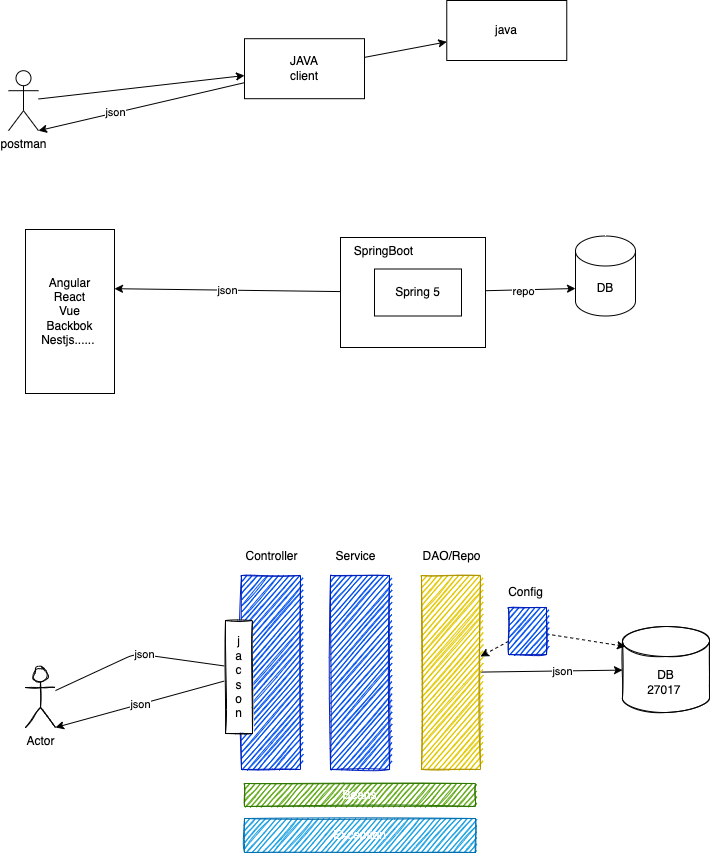
The draw.io diagram images/day13.drawio.png in adithnaveen/2022-jul-asde-jfs-sapient, before a commit. Source tidied: cells renumbered, new cells last; positions are measured from the earlier drawing's top-left corner, leaving out a move shared by most shapes. The source it was exported from:
```xml
<mxGraphModel>
  <root>
    <mxCell id="0" />
    <mxCell id="1" parent="0" />
    <mxCell id="2" value="json" style="edgeStyle=none;html=1;entryX=1;entryY=0.361;entryDx=0;entryDy=0;entryPerimeter=0;" parent="1" edge="1" source="5" target="15">
      <mxGeometry relative="1" as="geometry" />
    </mxCell>
    <mxCell id="3" style="edgeStyle=none;html=1;entryX=0;entryY=0;entryDx=0;entryDy=52.5;entryPerimeter=0;" parent="1" edge="1" source="5" target="16">
      <mxGeometry relative="1" as="geometry" />
    </mxCell>
    <mxCell id="4" value="repo" style="edgeLabel;html=1;align=center;verticalAlign=middle;" parent="3" vertex="1">
      <mxGeometry x="-0.16" y="-1" relative="1" as="geometry" />
    </mxCell>
    <mxCell id="5" value="Spring 5" style="rounded=0;whiteSpace=wrap;html=1;" parent="1" vertex="1">
      <mxGeometry x="332" y="237" width="145" height="110" as="geometry" />
    </mxCell>
    <mxCell id="6" style="edgeStyle=none;html=1;entryX=1;entryY=1;entryDx=0;entryDy=0;entryPerimeter=0;" parent="1" edge="1" source="9" target="11">
      <mxGeometry relative="1" as="geometry" />
    </mxCell>
    <mxCell id="7" value="json" style="edgeLabel;html=1;align=center;verticalAlign=middle;" parent="6" vertex="1">
      <mxGeometry x="0.25" y="-1" relative="1" as="geometry" />
    </mxCell>
    <mxCell id="8" style="edgeStyle=none;html=1;" parent="1" edge="1" source="9" target="12">
      <mxGeometry relative="1" as="geometry" />
    </mxCell>
    <mxCell id="9" value="JAVA&lt;br&gt;client" style="rounded=0;whiteSpace=wrap;html=1;" parent="1" vertex="1">
      <mxGeometry x="236" y="38.2" width="120" height="60" as="geometry" />
    </mxCell>
    <mxCell id="10" style="edgeStyle=none;html=1;" parent="1" edge="1" source="11" target="9">
      <mxGeometry relative="1" as="geometry" />
    </mxCell>
    <mxCell id="11" value="postman" style="shape=umlActor;verticalLabelPosition=bottom;verticalAlign=top;html=1;outlineConnect=0;" parent="1" vertex="1">
      <mxGeometry y="70.2" width="30" height="60" as="geometry" />
    </mxCell>
    <mxCell id="12" value="java" style="rounded=0;whiteSpace=wrap;html=1;" parent="1" vertex="1">
      <mxGeometry x="438.3" width="120" height="60" as="geometry" />
    </mxCell>
    <mxCell id="13" value="Spring 5" style="rounded=0;whiteSpace=wrap;html=1;" parent="1" vertex="1">
      <mxGeometry x="366" y="268.5" width="87" height="47" as="geometry" />
    </mxCell>
    <mxCell id="14" value="SpringBoot" style="text;html=1;align=center;verticalAlign=middle;strokeColor=none;fillColor=none;" parent="1" vertex="1">
      <mxGeometry x="340" y="242" width="69" height="18" as="geometry" />
    </mxCell>
    <mxCell id="15" value="Angular&lt;br&gt;React&lt;br&gt;Vue&lt;br&gt;Backbok&lt;br&gt;Nestjs......&amp;nbsp;" style="rounded=0;whiteSpace=wrap;html=1;" parent="1" vertex="1">
      <mxGeometry x="17" y="229" width="89" height="164" as="geometry" />
    </mxCell>
    <mxCell id="16" value="DB" style="shape=cylinder3;whiteSpace=wrap;html=1;boundedLbl=1;backgroundOutline=1;size=15;" parent="1" vertex="1">
      <mxGeometry x="567" y="235.5" width="60" height="80" as="geometry" />
    </mxCell>
    <mxCell id="17" value="DB&lt;br&gt;27017&amp;nbsp;" style="shape=cylinder3;whiteSpace=wrap;html=1;boundedLbl=1;backgroundOutline=1;size=15;sketch=1;" parent="1" vertex="1">
      <mxGeometry x="614" y="626" width="87" height="86" as="geometry" />
    </mxCell>
    <mxCell id="18" style="edgeStyle=none;html=1;" parent="1" edge="1" source="20" target="17">
      <mxGeometry relative="1" as="geometry" />
    </mxCell>
    <mxCell id="19" value="json" style="edgeLabel;html=1;align=center;verticalAlign=middle;" parent="18" vertex="1">
      <mxGeometry x="0.16" relative="1" as="geometry" />
    </mxCell>
    <mxCell id="20" style="rounded=0;whiteSpace=wrap;html=1;fillColor=#e3c800;fontColor=#000000;strokeColor=#B09500;shadow=0;sketch=1;" parent="1" vertex="1">
      <mxGeometry x="413" y="575" width="59" height="194" as="geometry" />
    </mxCell>
    <mxCell id="21" value="DAO/Repo" style="text;html=1;align=center;verticalAlign=middle;strokeColor=none;fillColor=none;" parent="1" vertex="1">
      <mxGeometry x="409" y="547" width="68" height="18" as="geometry" />
    </mxCell>
    <mxCell id="22" style="rounded=0;whiteSpace=wrap;html=1;fillColor=#0050ef;fontColor=#ffffff;strokeColor=#001DBC;shadow=0;sketch=1;" parent="1" vertex="1">
      <mxGeometry x="322" y="575" width="59" height="194" as="geometry" />
    </mxCell>
    <mxCell id="23" value="Service" style="text;html=1;align=center;verticalAlign=middle;strokeColor=none;fillColor=none;" parent="1" vertex="1">
      <mxGeometry x="322" y="547" width="50" height="18" as="geometry" />
    </mxCell>
    <mxCell id="24" value="json" style="edgeStyle=none;html=1;entryX=1;entryY=1;entryDx=0;entryDy=0;entryPerimeter=0;startArrow=none;" parent="1" edge="1" source="35" target="30">
      <mxGeometry relative="1" as="geometry" />
    </mxCell>
    <mxCell id="25" style="rounded=0;whiteSpace=wrap;html=1;fillColor=#0050ef;fontColor=#ffffff;strokeColor=#001DBC;shadow=0;sketch=1;" parent="1" vertex="1">
      <mxGeometry x="233" y="575" width="59" height="194" as="geometry" />
    </mxCell>
    <mxCell id="26" value="Controller" style="text;html=1;align=center;verticalAlign=middle;strokeColor=none;fillColor=none;" parent="1" vertex="1">
      <mxGeometry x="232" y="547" width="62" height="18" as="geometry" />
    </mxCell>
    <mxCell id="27" value="Beans" style="rounded=0;whiteSpace=wrap;html=1;fillColor=#60a917;fontColor=#ffffff;strokeColor=#2D7600;shadow=0;sketch=1;" parent="1" vertex="1">
      <mxGeometry x="236" y="783" width="231" height="23" as="geometry" />
    </mxCell>
    <mxCell id="28" value="Exception" style="rounded=0;whiteSpace=wrap;html=1;fillColor=#1ba1e2;fontColor=#ffffff;strokeColor=#006EAF;shadow=0;sketch=1;" parent="1" vertex="1">
      <mxGeometry x="236" y="818" width="231" height="34" as="geometry" />
    </mxCell>
    <mxCell id="29" value="json" style="edgeStyle=none;html=1;" parent="1" edge="1" source="30" target="25">
      <mxGeometry relative="1" as="geometry">
        <Array as="points">
          <mxPoint x="127" y="653" />
        </Array>
      </mxGeometry>
    </mxCell>
    <mxCell id="30" value="Actor" style="shape=umlActor;verticalLabelPosition=bottom;verticalAlign=top;html=1;outlineConnect=0;shadow=0;sketch=1;" parent="1" vertex="1">
      <mxGeometry x="17" y="667" width="30" height="60" as="geometry" />
    </mxCell>
    <mxCell id="31" style="edgeStyle=none;html=1;entryX=0.035;entryY=0.233;entryDx=0;entryDy=0;entryPerimeter=0;dashed=1;" parent="1" edge="1" source="33" target="17">
      <mxGeometry relative="1" as="geometry" />
    </mxCell>
    <mxCell id="32" style="edgeStyle=none;html=1;dashed=1;" parent="1" edge="1" source="33" target="20">
      <mxGeometry relative="1" as="geometry" />
    </mxCell>
    <mxCell id="33" style="rounded=0;whiteSpace=wrap;html=1;fillColor=#0050ef;fontColor=#ffffff;strokeColor=#001DBC;shadow=0;sketch=1;" parent="1" vertex="1">
      <mxGeometry x="500" y="607" width="38" height="47" as="geometry" />
    </mxCell>
    <mxCell id="34" value="Config" style="text;html=1;align=center;verticalAlign=middle;strokeColor=none;fillColor=none;" parent="1" vertex="1">
      <mxGeometry x="494" y="583" width="45" height="18" as="geometry" />
    </mxCell>
    <mxCell id="35" value="j&lt;br&gt;a&lt;br&gt;c&lt;br&gt;s&lt;br&gt;o&lt;br&gt;n" style="rounded=0;whiteSpace=wrap;html=1;shadow=0;sketch=1;" parent="1" vertex="1">
      <mxGeometry x="217" y="620" width="27" height="113" as="geometry" />
    </mxCell>
  </root>
</mxGraphModel>
```
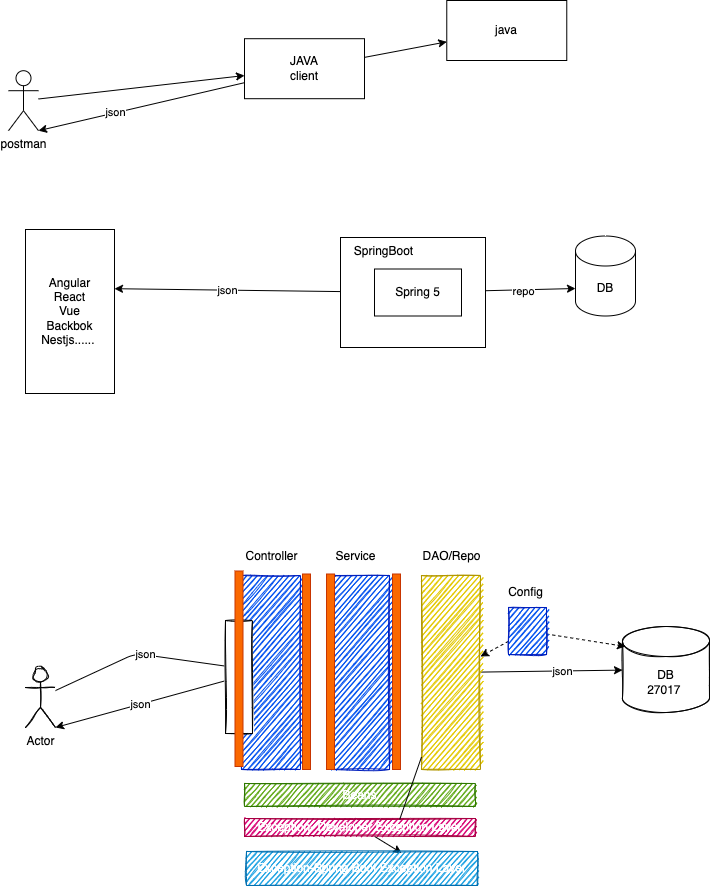
After the commit.

Commit message:
updated with ms arch diagram

The edit, as a diff of the source:
```diff
@@ -56,6 +56,9 @@
     <mxCell id="19" value="json" style="edgeLabel;html=1;align=center;verticalAlign=middle;" parent="18" vertex="1">
       <mxGeometry x="0.16" relative="1" as="geometry" />
     </mxCell>
+    <mxCell id="36" style="edgeStyle=none;html=1;entryX=0.672;entryY=0.046;entryDx=0;entryDy=0;entryPerimeter=0;startArrow=none;" parent="1" edge="1" source="37" target="28">
+      <mxGeometry relative="1" as="geometry" />
+    </mxCell>
     <mxCell id="20" style="rounded=0;whiteSpace=wrap;html=1;fillColor=#e3c800;fontColor=#000000;strokeColor=#B09500;shadow=0;sketch=1;" parent="1" vertex="1">
       <mxGeometry x="413" y="575" width="59" height="194" as="geometry" />
     </mxCell>
@@ -80,8 +83,8 @@
     <mxCell id="27" value="Beans" style="rounded=0;whiteSpace=wrap;html=1;fillColor=#60a917;fontColor=#ffffff;strokeColor=#2D7600;shadow=0;sketch=1;" parent="1" vertex="1">
       <mxGeometry x="236" y="783" width="231" height="23" as="geometry" />
     </mxCell>
-    <mxCell id="28" value="Exception" style="rounded=0;whiteSpace=wrap;html=1;fillColor=#1ba1e2;fontColor=#ffffff;strokeColor=#006EAF;shadow=0;sketch=1;" parent="1" vertex="1">
-      <mxGeometry x="236" y="818" width="231" height="34" as="geometry" />
+    <mxCell id="28" value="Exception-Spring Boot Exception Layer" style="rounded=0;whiteSpace=wrap;html=1;fillColor=#1ba1e2;fontColor=#ffffff;strokeColor=#006EAF;shadow=0;sketch=1;" parent="1" vertex="1">
+      <mxGeometry x="238" y="851" width="231" height="34" as="geometry" />
     </mxCell>
     <mxCell id="29" value="json" style="edgeStyle=none;html=1;" parent="1" edge="1" source="30" target="25">
       <mxGeometry relative="1" as="geometry">
@@ -108,5 +111,23 @@
     <mxCell id="35" value="j&lt;br&gt;a&lt;br&gt;c&lt;br&gt;s&lt;br&gt;o&lt;br&gt;n" style="rounded=0;whiteSpace=wrap;html=1;shadow=0;sketch=1;" parent="1" vertex="1">
       <mxGeometry x="217" y="620" width="27" height="113" as="geometry" />
     </mxCell>
+    <mxCell id="37" value="Exception- Developer Exception Layer" style="rounded=0;whiteSpace=wrap;html=1;fillColor=#d80073;fontColor=#ffffff;strokeColor=#A50040;shadow=0;sketch=1;" parent="1" vertex="1">
+      <mxGeometry x="236" y="818" width="231" height="18" as="geometry" />
+    </mxCell>
+    <mxCell id="38" style="edgeStyle=none;html=1;entryX=0.672;entryY=0.046;entryDx=0;entryDy=0;entryPerimeter=0;endArrow=none;" parent="1" edge="1" source="20" target="37">
+      <mxGeometry relative="1" as="geometry" />
+    </mxCell>
+    <mxCell id="39" style="rounded=0;whiteSpace=wrap;html=1;fillColor=#fa6800;fontColor=#000000;strokeColor=#C73500;" parent="1" vertex="1">
+      <mxGeometry x="226.5" y="570.5" width="8" height="195.5" as="geometry" />
+    </mxCell>
+    <mxCell id="40" style="rounded=0;whiteSpace=wrap;html=1;fillColor=#fa6800;fontColor=#000000;strokeColor=#C73500;" parent="1" vertex="1">
+      <mxGeometry x="294" y="573.5" width="8" height="195.5" as="geometry" />
+    </mxCell>
+    <mxCell id="41" style="rounded=0;whiteSpace=wrap;html=1;fillColor=#fa6800;fontColor=#000000;strokeColor=#C73500;" parent="1" vertex="1">
+      <mxGeometry x="318" y="573.5" width="8" height="195.5" as="geometry" />
+    </mxCell>
+    <mxCell id="42" style="rounded=0;whiteSpace=wrap;html=1;fillColor=#fa6800;fontColor=#000000;strokeColor=#C73500;" parent="1" vertex="1">
+      <mxGeometry x="384" y="573.5" width="8" height="195.5" as="geometry" />
+    </mxCell>
   </root>
 </mxGraphModel>
```
